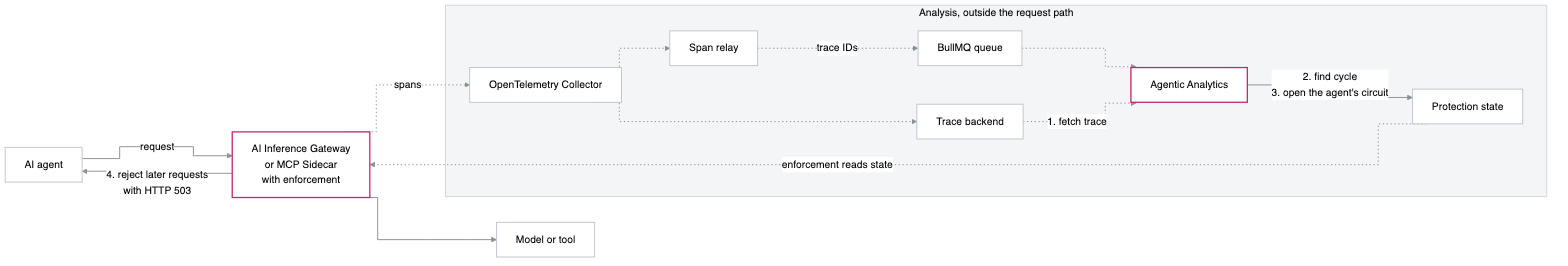
This is content/consul/v2.1.x/img/agentic-mesh/cycle-detection-workflow_light.png from hashicorp/web-unified-docs, a Mermaid export, as it was before one commit. Its source is kept beside it as content/consul/v2.1.x/diagram-sources/cycle-detection-workflow_light.mmd.
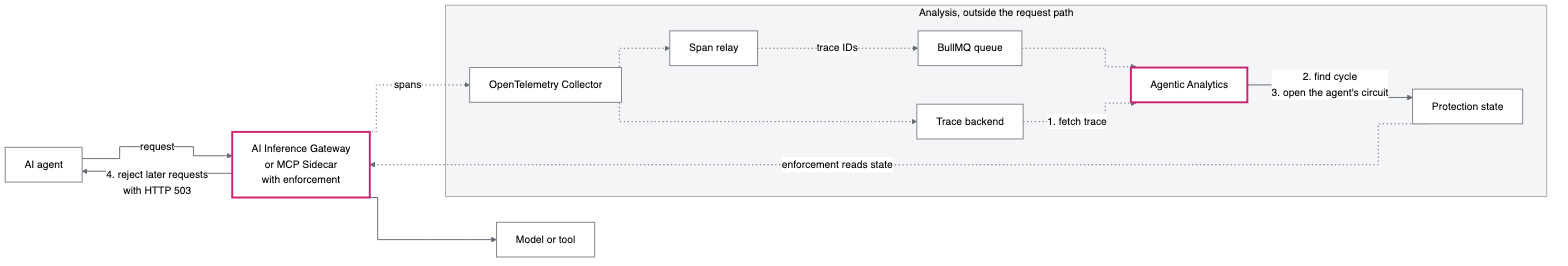
The same diagram one commit later.

Diff of the diagram source:
```diff
@@ -1,4 +1,4 @@
-%%{init: {"theme":"base","fontFamily":"Helvetica, Arial, sans-serif","flowchart":{"curve":"step","nodeSpacing":60,"rankSpacing":75,"htmlLabels":true},"themeVariables":{"fontFamily":"Helvetica, Arial, sans-serif","fontSize":"16px","background":"#ffffff","primaryColor":"#ffffff","primaryBorderColor":"#c2c5cb","primaryTextColor":"#0c0c0e","lineColor":"#8c9099","clusterBkg":"#f4f5f7","clusterBorder":"#c2c5cb","titleColor":"#0c0c0e","edgeLabelBackground":"#ffffff","actorBkg":"#ffffff","actorBorder":"#ca2171","actorTextColor":"#0c0c0e","actorLineColor":"#c2c5cb","signalColor":"#8c9099","signalTextColor":"#0c0c0e","noteBkgColor":"#f4f5f7","noteBorderColor":"#c2c5cb","noteTextColor":"#0c0c0e","activationBkgColor":"#fdf2f6","activationBorderColor":"#e5a3bd","sequenceNumberColor":"#ffffff"},"sequence":{"mirrorActors":false,"width":220,"actorMargin":50,"messageMargin":50,"boxMargin":10,"noteMargin":12,"wrap":true}}}%%
+%%{init: {"theme":"base","fontFamily":"Helvetica, Arial, sans-serif","flowchart":{"curve":"step","nodeSpacing":60,"rankSpacing":75,"htmlLabels":true},"themeVariables":{"fontFamily":"Helvetica, Arial, sans-serif","fontSize":"16px","background":"#ffffff","primaryColor":"#ffffff","primaryBorderColor":"#80848d","primaryTextColor":"#0c0c0e","lineColor":"#656a73","clusterBkg":"#f4f5f7","clusterBorder":"#80848d","titleColor":"#0c0c0e","edgeLabelBackground":"#ffffff","actorBkg":"#ffffff","actorBorder":"#ca2171","actorTextColor":"#0c0c0e","actorLineColor":"#80848d","signalColor":"#656a73","signalTextColor":"#0c0c0e","noteBkgColor":"#f4f5f7","noteBorderColor":"#80848d","noteTextColor":"#0c0c0e","activationBkgColor":"#fdf2f6","activationBorderColor":"#c1527f","sequenceNumberColor":"#ffffff"},"sequence":{"mirrorActors":false,"width":220,"actorMargin":50,"messageMargin":50,"boxMargin":10,"noteMargin":12,"wrap":true}}}%%
 flowchart LR
   agent["AI agent"]
   proxy["AI Inference Gateway<br/>or MCP Sidecar<br/>with enforcement"]
@@ -24,9 +24,9 @@
   state -.->|enforcement reads state| proxy
   proxy -->|4. reject later requests<br/>with HTTP 503| agent
 
-  classDef default fill:#ffffff,stroke:#c2c5cb,stroke-width:1.5px,color:#0c0c0e
-  classDef arfc fill:#ffffff,stroke:#ca2171,stroke-width:2px,color:#0c0c0e
+  classDef default fill:#ffffff,stroke:#80848d,stroke-width:1.5px,color:#0c0c0e
+  classDef arfc fill:#ffffff,stroke:#ca2171,stroke-width:3px,color:#0c0c0e
   class proxy,analytics arfc
-  style analysis fill:#f4f5f7,stroke:#c2c5cb,stroke-width:1px,color:#0c0c0e
-  linkStyle 0,1,8,10 stroke:#8c9099,stroke-width:1.5px
-  linkStyle 2,3,4,5,6,7,9 stroke:#8c9099,stroke-width:1.5px,stroke-dasharray:2 4
+  style analysis fill:#f4f5f7,stroke:#80848d,stroke-width:1px,color:#0c0c0e
+  linkStyle 0,1,8,10 stroke:#656a73,stroke-width:1.5px
+  linkStyle 2,3,4,5,6,7,9 stroke:#656a73,stroke-width:1.5px,stroke-dasharray:2 4
```
